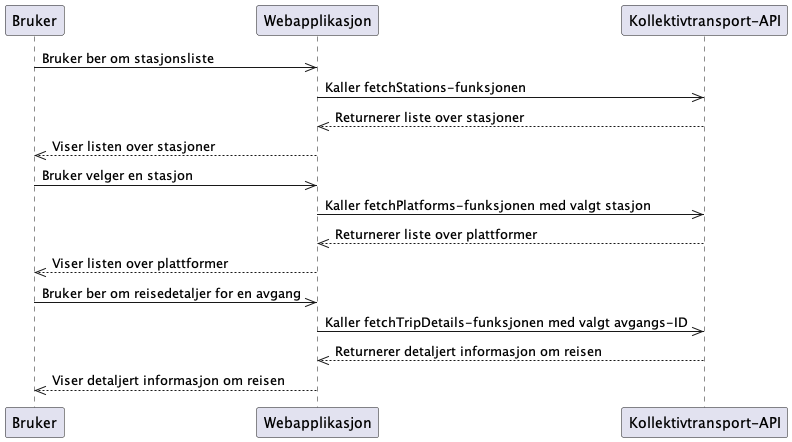
The PlantUML diagram out/kolombusSeq/kolombusSeq.png in PeterJakobs1/kolombus-internprosjekt, before a commit. Source of this version:
```plantuml
@startuml
participant Bruker
participant Webapplikasjon
participant "Kollektivtransport-API" as KollektivtransportAPI

Bruker ->> Webapplikasjon: Bruker ber om stasjonsliste
Webapplikasjon ->> KollektivtransportAPI: Kaller fetchStations-funksjonen
KollektivtransportAPI -->> Webapplikasjon: Returnerer liste over stasjoner
Webapplikasjon -->> Bruker: Viser listen over stasjoner

Bruker ->> Webapplikasjon: Bruker velger en stasjon
Webapplikasjon ->> KollektivtransportAPI: Kaller fetchPlatforms-funksjonen med valgt stasjon
KollektivtransportAPI -->> Webapplikasjon: Returnerer liste over plattformer
Webapplikasjon -->> Bruker: Viser listen over plattformer

Bruker ->> Webapplikasjon: Bruker ber om reisedetaljer for en avgang
Webapplikasjon ->> KollektivtransportAPI: Kaller fetchTripDetails-funksjonen med valgt avgangs-ID
KollektivtransportAPI -->> Webapplikasjon: Returnerer detaljert informasjon om reisen
Webapplikasjon -->> Bruker: Viser detaljert informasjon om reisen
@enduml
```
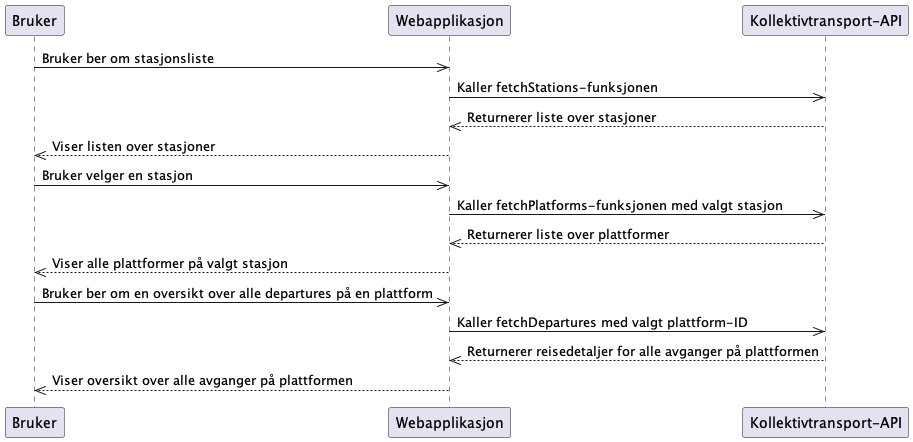
After the change.

Commit message:
sekvensdiagram endringer

The edit, as a diff of the source:
```diff
@@ -11,10 +11,10 @@
 Bruker ->> Webapplikasjon: Bruker velger en stasjon
 Webapplikasjon ->> KollektivtransportAPI: Kaller fetchPlatforms-funksjonen med valgt stasjon
 KollektivtransportAPI -->> Webapplikasjon: Returnerer liste over plattformer
-Webapplikasjon -->> Bruker: Viser listen over plattformer
+Webapplikasjon -->> Bruker: Viser alle plattformer på valgt stasjon
 
-Bruker ->> Webapplikasjon: Bruker ber om reisedetaljer for en avgang
-Webapplikasjon ->> KollektivtransportAPI: Kaller fetchTripDetails-funksjonen med valgt avgangs-ID
-KollektivtransportAPI -->> Webapplikasjon: Returnerer detaljert informasjon om reisen
-Webapplikasjon -->> Bruker: Viser detaljert informasjon om reisen
+Bruker ->> Webapplikasjon: Bruker ber om en oversikt over alle departures på en plattform
+Webapplikasjon ->> KollektivtransportAPI: Kaller fetchDepartures med valgt plattform-ID
+KollektivtransportAPI -->> Webapplikasjon: Returnerer reisedetaljer for alle avganger på plattformen
+Webapplikasjon -->> Bruker: Viser oversikt over alle avganger på plattformen
 @enduml
```
